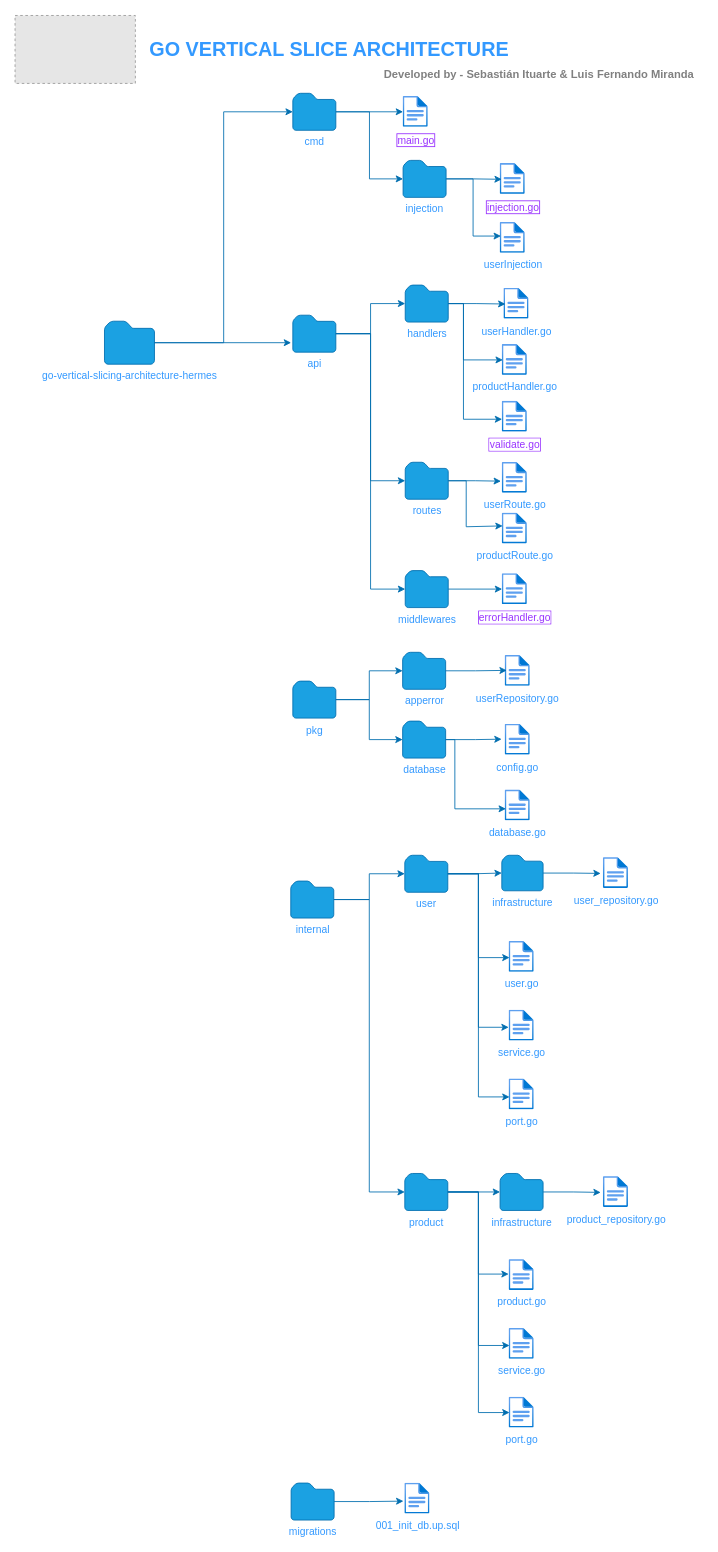
Before: go-vertical-slice-architecture.drawio in sebajax/go-vertical-slice-architecture, a draw.io diagram. Source tidied: cells renumbered, new cells numbered last; positions are measured from the earlier drawing's top-left corner, leaving out a move shared by most shapes. Both pictures are drawn from the tidied source at 86%, with x=0, y=0 at pixel (15, 15). Pictures stored in the file or linked from it are replaced by grey dashed boxes.
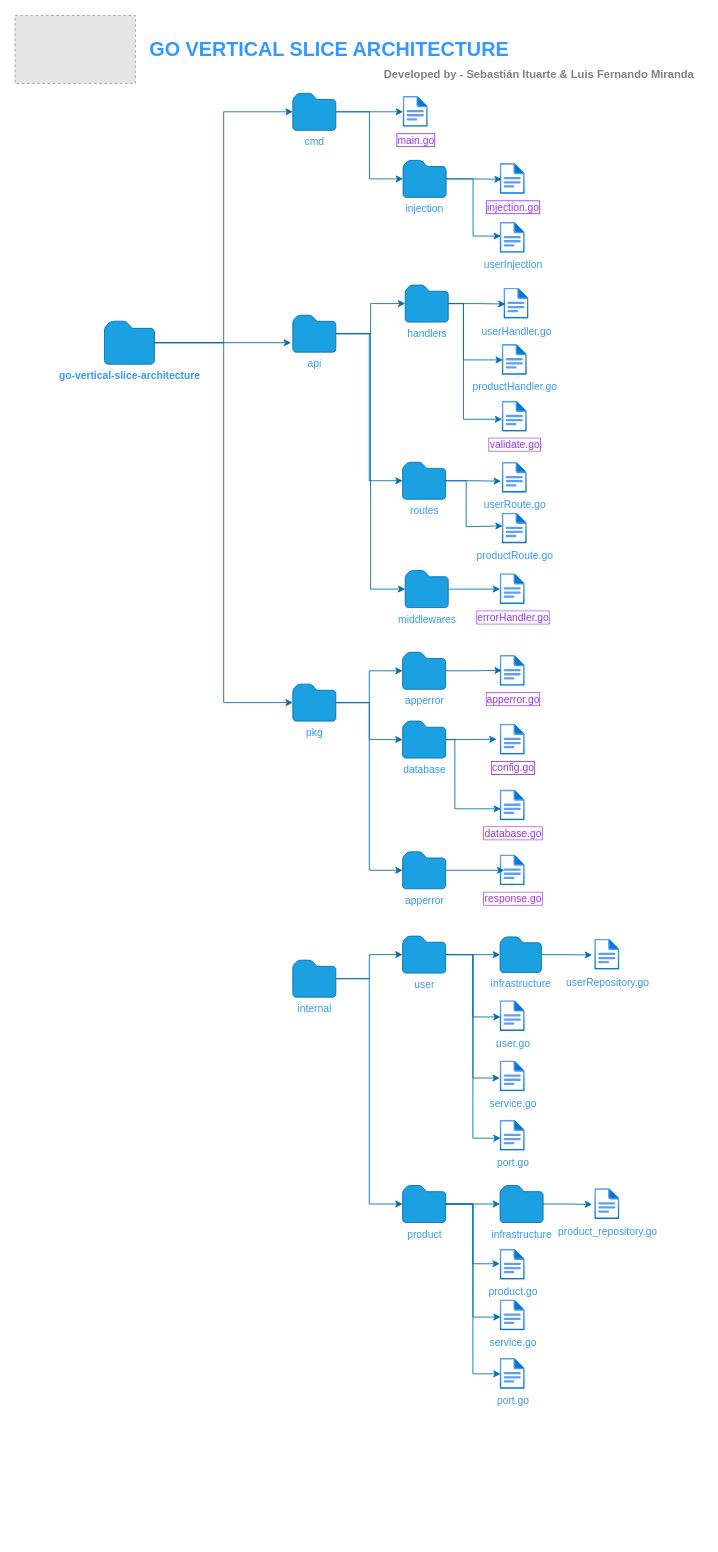
After the change.

Change to the diagram source:
```diff
@@
-    <mxCell id="2" value="&lt;font color=&quot;#3399ff&quot;&gt;go-vertical-slicing-architecture-hermes&lt;/font&gt;" style="sketch=0;shadow=0;dashed=0;html=1;strokeColor=#006EAF;labelPosition=center;verticalLabelPosition=bottom;verticalAlign=top;align=center;fillColor=#1ba1e2;shape=mxgraph.mscae.enterprise.folder;fontColor=#ffffff;" parent="1" vertex="1">
+    <mxCell id="2" value="&lt;font color=&quot;#3399ff&quot;&gt;&lt;b&gt;go-vertical-slice-architecture&lt;/b&gt;&lt;/font&gt;" style="sketch=0;shadow=0;dashed=0;html=1;strokeColor=#006EAF;labelPosition=center;verticalLabelPosition=bottom;verticalAlign=top;align=center;fillColor=#1ba1e2;shape=mxgraph.mscae.enterprise.folder;fontColor=#ffffff;" parent="1" vertex="1">
       <mxGeometry x="104" y="356" width="58.1" height="50" as="geometry" />
     </mxCell>
@@
     <mxCell id="7" value="&lt;font color=&quot;#3399ff&quot;&gt;pkg&lt;/font&gt;" style="sketch=0;shadow=0;dashed=0;html=1;strokeColor=#006EAF;labelPosition=center;verticalLabelPosition=bottom;verticalAlign=top;align=center;fillColor=#1ba1e2;shape=mxgraph.mscae.enterprise.folder;fontColor=#ffffff;" parent="1" vertex="1">
-      <mxGeometry x="323" y="774.5" width="50" height="43" as="geometry" />
+      <mxGeometry x="323" y="778" width="50" height="43" as="geometry" />
     </mxCell>
@@
     <mxCell id="9" value="&lt;font color=&quot;#3399ff&quot;&gt;internal&lt;/font&gt;" style="sketch=0;shadow=0;dashed=0;html=1;strokeColor=#006EAF;labelPosition=center;verticalLabelPosition=bottom;verticalAlign=top;align=center;fillColor=#1ba1e2;shape=mxgraph.mscae.enterprise.folder;fontColor=#ffffff;" parent="1" vertex="1">
-      <mxGeometry x="320.6" y="1007" width="50" height="43" as="geometry" />
+      <mxGeometry x="323" y="1099" width="50" height="43" as="geometry" />
     </mxCell>
-    <mxCell id="10" value="&lt;font color=&quot;#3399ff&quot;&gt;migrations&lt;/font&gt;" style="sketch=0;shadow=0;dashed=0;html=1;strokeColor=#006EAF;labelPosition=center;verticalLabelPosition=bottom;verticalAlign=top;align=center;fillColor=#1ba1e2;shape=mxgraph.mscae.enterprise.folder;fontColor=#ffffff;" parent="1" vertex="1">
-      <mxGeometry x="321" y="1707" width="50" height="43" as="geometry" />
-    </mxCell>
@@
     <mxCell id="13" value="&lt;font color=&quot;#3399ff&quot;&gt;routes&lt;/font&gt;" style="sketch=0;shadow=0;dashed=0;html=1;strokeColor=#006EAF;labelPosition=center;verticalLabelPosition=bottom;verticalAlign=top;align=center;fillColor=#1ba1e2;shape=mxgraph.mscae.enterprise.folder;fontColor=#ffffff;" parent="1" vertex="1">
-      <mxGeometry x="453.7" y="520" width="50" height="43" as="geometry" />
+      <mxGeometry x="450.7" y="520" width="50" height="43" as="geometry" />
     </mxCell>
@@
     <mxCell id="20" value="&lt;font color=&quot;#3399ff&quot;&gt;user&lt;/font&gt;" style="sketch=0;shadow=0;dashed=0;html=1;strokeColor=#006EAF;labelPosition=center;verticalLabelPosition=bottom;verticalAlign=top;align=center;fillColor=#1ba1e2;shape=mxgraph.mscae.enterprise.folder;fontColor=#ffffff;" parent="1" vertex="1">
-      <mxGeometry x="453.2" y="977" width="50" height="43" as="geometry" />
+      <mxGeometry x="450.7" y="1071" width="50" height="43" as="geometry" />
     </mxCell>
     <mxCell id="21" value="&lt;font color=&quot;#3399ff&quot;&gt;product&lt;/font&gt;" style="sketch=0;shadow=0;dashed=0;html=1;strokeColor=#006EAF;labelPosition=center;verticalLabelPosition=bottom;verticalAlign=top;align=center;fillColor=#1ba1e2;shape=mxgraph.mscae.enterprise.folder;fontColor=#ffffff;" parent="1" vertex="1">
-      <mxGeometry x="453.2" y="1347" width="50" height="43" as="geometry" />
+      <mxGeometry x="450.7" y="1361" width="50" height="43" as="geometry" />
     </mxCell>
@@
-    <mxCell id="23" value="&lt;font style=&quot;background-color: rgb(255, 255, 255);&quot; color=&quot;#3399ff&quot;&gt;001_init_db.up.sql&lt;/font&gt;" style="image;html=1;points=[];align=center;fontSize=12;image=img/lib/azure2/general/File.svg;" parent="1" vertex="1">
-      <mxGeometry x="453.2" y="1707" width="29.2" height="36" as="geometry" />
-    </mxCell>
-    <mxCell id="24" style="edgeStyle=orthogonalEdgeStyle;rounded=0;jettySize=auto;html=1;entryX=-0.055;entryY=0.583;entryDx=0;entryDy=0;entryPerimeter=0;fillColor=#1ba1e2;strokeColor=#006EAF;" parent="1" edge="1" source="10" target="23">
-      <mxGeometry relative="1" as="geometry" />
-    </mxCell>
     <mxCell id="25" value="&lt;font color=&quot;#3399ff&quot;&gt;infrastructure&lt;/font&gt;" style="sketch=0;shadow=0;dashed=0;html=1;strokeColor=#006EAF;labelPosition=center;verticalLabelPosition=bottom;verticalAlign=top;align=center;fillColor=#1ba1e2;shape=mxgraph.mscae.enterprise.folder;fontColor=#ffffff;" parent="1" vertex="1">
-      <mxGeometry x="566" y="977" width="48" height="41.3" as="geometry" />
+      <mxGeometry x="564" y="1071.9" width="48" height="41.3" as="geometry" />
     </mxCell>
@@
-    <mxCell id="27" value="&lt;font style=&quot;background-color: rgb(255, 255, 255);&quot; color=&quot;#3399ff&quot;&gt;user_repository.go&lt;/font&gt;" style="image;html=1;points=[];align=center;fontSize=12;image=img/lib/azure2/general/File.svg;" parent="1" vertex="1">
-      <mxGeometry x="684" y="979.6" width="29.2" height="36" as="geometry" />
+    <mxCell id="27" value="&lt;font style=&quot;background-color: rgb(255, 255, 255);&quot; color=&quot;#3399ff&quot;&gt;userRepository.go&lt;/font&gt;" style="image;html=1;points=[];align=center;fontSize=12;image=img/lib/azure2/general/File.svg;" parent="1" vertex="1">
+      <mxGeometry x="674" y="1074.5" width="29.2" height="36" as="geometry" />
     </mxCell>
@@
     <mxCell id="29" value="&lt;font style=&quot;background-color: rgb(255, 255, 255);&quot; color=&quot;#3399ff&quot;&gt;user.go&lt;/font&gt;" style="image;html=1;points=[];align=center;fontSize=12;image=img/lib/azure2/general/File.svg;" parent="1" vertex="1">
-      <mxGeometry x="574.4" y="1077" width="29.2" height="36" as="geometry" />
+      <mxGeometry x="564" y="1146" width="29.2" height="36" as="geometry" />
     </mxCell>
     <mxCell id="30" value="&lt;font style=&quot;background-color: rgb(255, 255, 255);&quot; color=&quot;#3399ff&quot;&gt;service.go&lt;/font&gt;" style="image;html=1;points=[];align=center;fontSize=12;image=img/lib/azure2/general/File.svg;" parent="1" vertex="1">
-      <mxGeometry x="574.4" y="1157" width="29.2" height="36" as="geometry" />
+      <mxGeometry x="564" y="1216" width="29.2" height="36" as="geometry" />
     </mxCell>
@@
     <mxCell id="33" value="&lt;font style=&quot;background-color: rgb(255, 255, 255);&quot; color=&quot;#3399ff&quot;&gt;port.go&lt;/font&gt;" style="image;html=1;points=[];align=center;fontSize=12;image=img/lib/azure2/general/File.svg;" parent="1" vertex="1">
-      <mxGeometry x="574.4" y="1237" width="29.2" height="36" as="geometry" />
+      <mxGeometry x="564" y="1285" width="29.2" height="36" as="geometry" />
     </mxCell>
@@
     <mxCell id="35" value="&lt;font color=&quot;#3399ff&quot;&gt;infrastructure&lt;/font&gt;" style="sketch=0;shadow=0;dashed=0;html=1;strokeColor=#006EAF;labelPosition=center;verticalLabelPosition=bottom;verticalAlign=top;align=center;fillColor=#1ba1e2;shape=mxgraph.mscae.enterprise.folder;fontColor=#ffffff;" parent="1" vertex="1">
-      <mxGeometry x="564" y="1347" width="50" height="43" as="geometry" />
+      <mxGeometry x="564" y="1361" width="50" height="43" as="geometry" />
     </mxCell>
     <mxCell id="36" value="&lt;font style=&quot;background-color: rgb(255, 255, 255);&quot; color=&quot;#3399ff&quot;&gt;product_repository.go&lt;/font&gt;" style="image;html=1;points=[];align=center;fontSize=12;image=img/lib/azure2/general/File.svg;" parent="1" vertex="1">
-      <mxGeometry x="684" y="1350.5" width="29.2" height="36" as="geometry" />
+      <mxGeometry x="674" y="1364.5" width="29.2" height="36" as="geometry" />
     </mxCell>
@@
     <mxCell id="38" value="&lt;font style=&quot;background-color: rgb(255, 255, 255);&quot; color=&quot;#3399ff&quot;&gt;product.go&lt;/font&gt;" style="image;html=1;points=[];align=center;fontSize=12;image=img/lib/azure2/general/File.svg;" parent="1" vertex="1">
-      <mxGeometry x="574.4" y="1447" width="29.2" height="36" as="geometry" />
+      <mxGeometry x="564" y="1435" width="29.2" height="36" as="geometry" />
     </mxCell>
     <mxCell id="39" value="&lt;font style=&quot;background-color: rgb(255, 255, 255);&quot; color=&quot;#3399ff&quot;&gt;service.go&lt;/font&gt;" style="image;html=1;points=[];align=center;fontSize=12;image=img/lib/azure2/general/File.svg;" parent="1" vertex="1">
-      <mxGeometry x="574.4" y="1527" width="29.2" height="36" as="geometry" />
+      <mxGeometry x="564" y="1494" width="29.2" height="36" as="geometry" />
     </mxCell>
     <mxCell id="40" value="&lt;font style=&quot;background-color: rgb(255, 255, 255);&quot; color=&quot;#3399ff&quot;&gt;port.go&lt;/font&gt;" style="image;html=1;points=[];align=center;fontSize=12;image=img/lib/azure2/general/File.svg;" parent="1" vertex="1">
-      <mxGeometry x="574.4" y="1607" width="29.2" height="36" as="geometry" />
+      <mxGeometry x="564" y="1562" width="29.2" height="36" as="geometry" />
     </mxCell>
@@
-    <mxCell id="45" value="&lt;font style=&quot;background-color: rgb(255, 255, 255);&quot; color=&quot;#3399ff&quot;&gt;userRepository.go&lt;/font&gt;" style="image;html=1;points=[];align=center;fontSize=12;image=img/lib/azure2/general/File.svg;" parent="1" vertex="1">
-      <mxGeometry x="569.8" y="744.5" width="29.2" height="36" as="geometry" />
+    <mxCell id="45" value="&lt;font style=&quot;background-color: rgb(255, 255, 255);&quot;&gt;apperror.go&lt;/font&gt;" style="image;html=1;points=[];align=center;fontSize=12;image=img/lib/azure2/general/File.svg;fontColor=#9933FF;labelBorderColor=#9933FF;" parent="1" vertex="1">
+      <mxGeometry x="564" y="744.5" width="29.2" height="36" as="geometry" />
     </mxCell>
@@
-    <mxCell id="47" value="&lt;font style=&quot;background-color: rgb(255, 255, 255);&quot; color=&quot;#3399ff&quot;&gt;config.go&lt;/font&gt;" style="image;html=1;points=[];align=center;fontSize=12;image=img/lib/azure2/general/File.svg;" parent="1" vertex="1">
-      <mxGeometry x="569.8" y="824.5" width="29.2" height="36" as="geometry" />
+    <mxCell id="47" value="&lt;font style=&quot;background-color: rgb(255, 255, 255);&quot;&gt;config.go&lt;/font&gt;" style="image;html=1;points=[];align=center;fontSize=12;image=img/lib/azure2/general/File.svg;fontColor=#9933FF;labelBorderColor=#9933FF;" parent="1" vertex="1">
+      <mxGeometry x="564" y="824.5" width="29.2" height="36" as="geometry" />
     </mxCell>
@@
-    <mxCell id="49" value="&lt;font style=&quot;background-color: rgb(255, 255, 255);&quot; color=&quot;#3399ff&quot;&gt;database.go&lt;/font&gt;" style="image;html=1;points=[];align=center;fontSize=12;image=img/lib/azure2/general/File.svg;" parent="1" vertex="1">
-      <mxGeometry x="569.8" y="901" width="29.2" height="36" as="geometry" />
+    <mxCell id="49" value="&lt;font style=&quot;background-color: rgb(255, 255, 255);&quot;&gt;database.go&lt;/font&gt;" style="image;html=1;points=[];align=center;fontSize=12;image=img/lib/azure2/general/File.svg;fontColor=#9933FF;labelBorderColor=#9933FF;" parent="1" vertex="1">
+      <mxGeometry x="564" y="901" width="29.2" height="36" as="geometry" />
     </mxCell>
@@
     <mxCell id="59" value="&lt;font&gt;&lt;span style=&quot;background-color: rgb(255, 255, 255);&quot;&gt;errorHandler.go&lt;/span&gt;&lt;/font&gt;" style="image;html=1;points=[];align=center;fontSize=12;image=img/lib/azure2/general/File.svg;fontColor=#9933FF;labelBorderColor=#9933FF;" parent="1" vertex="1">
-      <mxGeometry x="566.4" y="649.5" width="29.2" height="36" as="geometry" />
+      <mxGeometry x="564" y="649.5" width="29.2" height="36" as="geometry" />
     </mxCell>
@@
+    <mxCell id="75" value="&lt;font style=&quot;background-color: rgb(255, 255, 255);&quot;&gt;response.go&lt;/font&gt;" style="image;html=1;align=center;fontSize=12;image=img/lib/azure2/general/File.svg;fontColor=#9933FF;labelBorderColor=#9933FF;" parent="1" vertex="1">
+      <mxGeometry x="564" y="976.5" width="29.2" height="36" as="geometry" />
+    </mxCell>
+    <mxCell id="76" style="edgeStyle=orthogonalEdgeStyle;rounded=0;jettySize=auto;html=1;fillColor=#1ba1e2;strokeColor=#006EAF;" parent="1" edge="1" source="77">
+      <mxGeometry relative="1" as="geometry">
+        <mxPoint x="569" y="994.5" as="targetPoint" />
+      </mxGeometry>
+    </mxCell>
+    <mxCell id="77" value="&lt;font color=&quot;#3399ff&quot;&gt;apperror&lt;/font&gt;" style="sketch=0;shadow=0;dashed=0;html=1;strokeColor=#006EAF;labelPosition=center;verticalLabelPosition=bottom;verticalAlign=top;align=center;fillColor=#1ba1e2;shape=mxgraph.mscae.enterprise.folder;fontColor=#ffffff;" parent="1" vertex="1">
+      <mxGeometry x="450.7" y="973" width="50" height="43" as="geometry" />
+    </mxCell>
+    <mxCell id="78" style="edgeStyle=orthogonalEdgeStyle;rounded=0;jettySize=auto;html=1;entryX=0;entryY=0.5;entryDx=0;entryDy=0;entryPerimeter=0;fillColor=#1ba1e2;strokeColor=#006EAF;" parent="1" edge="1" source="7" target="77">
+      <mxGeometry relative="1" as="geometry" />
+    </mxCell>
+    <mxCell id="79" style="edgeStyle=orthogonalEdgeStyle;rounded=0;jettySize=auto;html=1;entryX=0;entryY=0.5;entryDx=0;entryDy=0;entryPerimeter=0;fillColor=#1ba1e2;strokeColor=#006EAF;" parent="1" edge="1" source="2" target="7">
+      <mxGeometry relative="1" as="geometry" />
+    </mxCell>
```
